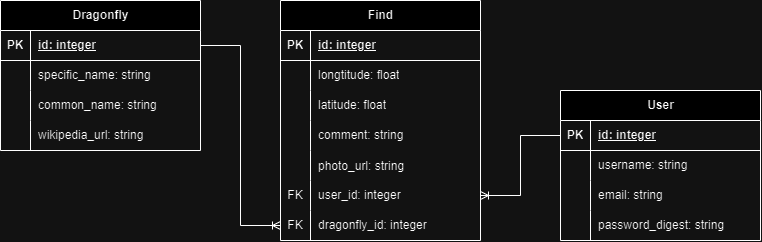
sueta1995/CourseWork_TRPS keeps this draw.io diagram as media/db_scheme.png. Above is the earlier version. Source tidied: cells renumbered, new cells last; positions are measured from the earlier drawing's top-left corner, leaving out a move shared by most shapes. Source of this version:
```xml
<mxGraphModel>
  <root>
    <mxCell id="0" />
    <mxCell id="1" parent="0" />
    <mxCell id="2" value="Find" style="shape=table;startSize=30;rowLines=0;fontStyle=1;align=center;html=1;" parent="1" vertex="1">
      <mxGeometry x="280" width="200" height="240" as="geometry" />
    </mxCell>
    <mxCell id="3" style="shape=tableRow;horizontal=0;startSize=0;swimlaneHead=0;swimlaneBody=0;fillColor=none;top=0;left=0;right=0;bottom=1;" parent="2" vertex="1">
      <mxGeometry y="30" width="200" height="30" as="geometry" />
    </mxCell>
    <mxCell id="4" value="PK" style="shape=partialRectangle;fillColor=none;top=0;left=0;bottom=0;right=0;fontStyle=1;overflow=hidden;whiteSpace=wrap;html=1;" parent="3" vertex="1">
      <mxGeometry width="30" height="30" as="geometry" />
    </mxCell>
    <mxCell id="5" value="id: integer" style="shape=partialRectangle;fillColor=none;top=0;left=0;bottom=0;right=0;align=left;spacingLeft=6;fontStyle=5;overflow=hidden;whiteSpace=wrap;html=1;" parent="3" vertex="1">
      <mxGeometry x="30" width="170" height="30" as="geometry" />
    </mxCell>
    <mxCell id="6" style="shape=tableRow;horizontal=0;startSize=0;swimlaneHead=0;swimlaneBody=0;fillColor=none;top=0;left=0;right=0;bottom=0;" parent="2" vertex="1">
      <mxGeometry y="60" width="200" height="30" as="geometry" />
    </mxCell>
    <mxCell id="7" style="shape=partialRectangle;fillColor=none;top=0;left=0;bottom=0;right=0;overflow=hidden;whiteSpace=wrap;html=1;" parent="6" vertex="1">
      <mxGeometry width="30" height="30" as="geometry" />
    </mxCell>
    <mxCell id="8" value="longtitude: float" style="shape=partialRectangle;fillColor=none;top=0;left=0;bottom=0;right=0;align=left;spacingLeft=6;overflow=hidden;whiteSpace=wrap;html=1;" parent="6" vertex="1">
      <mxGeometry x="30" width="170" height="30" as="geometry" />
    </mxCell>
    <mxCell id="9" style="shape=tableRow;horizontal=0;startSize=0;swimlaneHead=0;swimlaneBody=0;fillColor=none;top=0;left=0;right=0;bottom=0;" parent="2" vertex="1">
      <mxGeometry y="90" width="200" height="30" as="geometry" />
    </mxCell>
    <mxCell id="10" style="shape=partialRectangle;fillColor=none;top=0;left=0;bottom=0;right=0;overflow=hidden;whiteSpace=wrap;html=1;" parent="9" vertex="1">
      <mxGeometry width="30" height="30" as="geometry" />
    </mxCell>
    <mxCell id="11" value="latitude: float" style="shape=partialRectangle;fillColor=none;top=0;left=0;bottom=0;right=0;align=left;spacingLeft=6;overflow=hidden;whiteSpace=wrap;html=1;" parent="9" vertex="1">
      <mxGeometry x="30" width="170" height="30" as="geometry" />
    </mxCell>
    <mxCell id="12" style="shape=tableRow;horizontal=0;startSize=0;swimlaneHead=0;swimlaneBody=0;fillColor=none;top=0;left=0;right=0;bottom=0;" parent="2" vertex="1">
      <mxGeometry y="120" width="200" height="30" as="geometry" />
    </mxCell>
    <mxCell id="13" style="shape=partialRectangle;fillColor=none;top=0;left=0;bottom=0;right=0;overflow=hidden;whiteSpace=wrap;html=1;" parent="12" vertex="1">
      <mxGeometry width="30" height="30" as="geometry" />
    </mxCell>
    <mxCell id="14" value="comment: string" style="shape=partialRectangle;fillColor=none;top=0;left=0;bottom=0;right=0;align=left;spacingLeft=6;overflow=hidden;whiteSpace=wrap;html=1;" parent="12" vertex="1">
      <mxGeometry x="30" width="170" height="30" as="geometry" />
    </mxCell>
    <mxCell id="15" style="shape=tableRow;horizontal=0;startSize=0;swimlaneHead=0;swimlaneBody=0;fillColor=none;top=0;left=0;right=0;bottom=0;" parent="2" vertex="1">
      <mxGeometry y="150" width="200" height="30" as="geometry" />
    </mxCell>
    <mxCell id="16" style="shape=partialRectangle;fillColor=none;top=0;left=0;bottom=0;right=0;overflow=hidden;" parent="15" vertex="1">
      <mxGeometry width="30" height="30" as="geometry" />
    </mxCell>
    <mxCell id="17" value="photo_url: string" style="shape=partialRectangle;fillColor=none;top=0;left=0;bottom=0;right=0;align=left;spacingLeft=6;overflow=hidden;" parent="15" vertex="1">
      <mxGeometry x="30" width="170" height="30" as="geometry" />
    </mxCell>
    <mxCell id="18" style="shape=tableRow;horizontal=0;startSize=0;swimlaneHead=0;swimlaneBody=0;fillColor=none;points=[[0,0.5],[1,0.5]];portConstraint=eastwest;top=0;left=0;right=0;bottom=0;" parent="2" vertex="1">
      <mxGeometry y="180" width="200" height="30" as="geometry" />
    </mxCell>
    <mxCell id="19" value="FK" style="shape=partialRectangle;fillColor=none;top=0;left=0;bottom=0;right=0;fontStyle=0;overflow=hidden;whiteSpace=wrap;html=1;" parent="18" vertex="1">
      <mxGeometry width="30" height="30" as="geometry" />
    </mxCell>
    <mxCell id="20" value="user_id: integer" style="shape=partialRectangle;fillColor=none;top=0;left=0;bottom=0;right=0;align=left;spacingLeft=6;fontStyle=0;overflow=hidden;whiteSpace=wrap;html=1;" parent="18" vertex="1">
      <mxGeometry x="30" width="170" height="30" as="geometry" />
    </mxCell>
    <mxCell id="21" style="shape=tableRow;horizontal=0;startSize=0;swimlaneHead=0;swimlaneBody=0;fillColor=none;points=[[0,0.5],[1,0.5]];portConstraint=eastwest;top=0;left=0;right=0;bottom=0;" parent="2" vertex="1">
      <mxGeometry y="210" width="200" height="30" as="geometry" />
    </mxCell>
    <mxCell id="22" value="FK" style="shape=partialRectangle;fillColor=none;top=0;left=0;bottom=0;right=0;fontStyle=0;overflow=hidden;whiteSpace=wrap;html=1;" parent="21" vertex="1">
      <mxGeometry width="30" height="30" as="geometry" />
    </mxCell>
    <mxCell id="23" value="dragonfly_id: integer" style="shape=partialRectangle;fillColor=none;top=0;left=0;bottom=0;right=0;align=left;spacingLeft=6;fontStyle=0;overflow=hidden;whiteSpace=wrap;html=1;" parent="21" vertex="1">
      <mxGeometry x="30" width="170" height="30" as="geometry" />
    </mxCell>
    <mxCell id="24" value="User" style="shape=table;startSize=30;rowLines=0;fontStyle=1;align=center;html=1;" parent="1" vertex="1">
      <mxGeometry x="560" y="90" width="200" height="150" as="geometry" />
    </mxCell>
    <mxCell id="25" style="shape=tableRow;horizontal=0;startSize=0;swimlaneHead=0;swimlaneBody=0;fillColor=none;points=[[0,0.5],[1,0.5]];portConstraint=eastwest;top=0;left=0;right=0;bottom=1;" parent="24" vertex="1">
      <mxGeometry y="30" width="200" height="30" as="geometry" />
    </mxCell>
    <mxCell id="26" value="PK" style="shape=partialRectangle;fillColor=none;top=0;left=0;bottom=0;right=0;fontStyle=1;overflow=hidden;whiteSpace=wrap;html=1;" parent="25" vertex="1">
      <mxGeometry width="30" height="30" as="geometry" />
    </mxCell>
    <mxCell id="27" value="id: integer" style="shape=partialRectangle;fillColor=none;top=0;left=0;bottom=0;right=0;align=left;spacingLeft=6;fontStyle=5;overflow=hidden;whiteSpace=wrap;html=1;" parent="25" vertex="1">
      <mxGeometry x="30" width="170" height="30" as="geometry" />
    </mxCell>
    <mxCell id="28" style="shape=tableRow;horizontal=0;startSize=0;swimlaneHead=0;swimlaneBody=0;fillColor=none;top=0;left=0;right=0;bottom=0;" parent="24" vertex="1">
      <mxGeometry y="60" width="200" height="30" as="geometry" />
    </mxCell>
    <mxCell id="29" style="shape=partialRectangle;fillColor=none;top=0;left=0;bottom=0;right=0;overflow=hidden;whiteSpace=wrap;html=1;" parent="28" vertex="1">
      <mxGeometry width="30" height="30" as="geometry" />
    </mxCell>
    <mxCell id="30" value="username: string" style="shape=partialRectangle;fillColor=none;top=0;left=0;bottom=0;right=0;align=left;spacingLeft=6;overflow=hidden;whiteSpace=wrap;html=1;" parent="28" vertex="1">
      <mxGeometry x="30" width="170" height="30" as="geometry" />
    </mxCell>
    <mxCell id="31" style="shape=tableRow;horizontal=0;startSize=0;swimlaneHead=0;swimlaneBody=0;fillColor=none;top=0;left=0;right=0;bottom=0;" parent="24" vertex="1">
      <mxGeometry y="90" width="200" height="30" as="geometry" />
    </mxCell>
    <mxCell id="32" style="shape=partialRectangle;fillColor=none;top=0;left=0;bottom=0;right=0;overflow=hidden;whiteSpace=wrap;html=1;" parent="31" vertex="1">
      <mxGeometry width="30" height="30" as="geometry" />
    </mxCell>
    <mxCell id="33" value="email: string" style="shape=partialRectangle;fillColor=none;top=0;left=0;bottom=0;right=0;align=left;spacingLeft=6;overflow=hidden;whiteSpace=wrap;html=1;" parent="31" vertex="1">
      <mxGeometry x="30" width="170" height="30" as="geometry" />
    </mxCell>
    <mxCell id="34" style="shape=tableRow;horizontal=0;startSize=0;swimlaneHead=0;swimlaneBody=0;fillColor=none;top=0;left=0;right=0;bottom=0;" parent="24" vertex="1">
      <mxGeometry y="120" width="200" height="30" as="geometry" />
    </mxCell>
    <mxCell id="35" style="shape=partialRectangle;fillColor=none;top=0;left=0;bottom=0;right=0;overflow=hidden;whiteSpace=wrap;html=1;" parent="34" vertex="1">
      <mxGeometry width="30" height="30" as="geometry" />
    </mxCell>
    <mxCell id="36" value="password_digest: string" style="shape=partialRectangle;fillColor=none;top=0;left=0;bottom=0;right=0;align=left;spacingLeft=6;overflow=hidden;whiteSpace=wrap;html=1;" parent="34" vertex="1">
      <mxGeometry x="30" width="170" height="30" as="geometry" />
    </mxCell>
    <mxCell id="37" value="Dragonfly" style="shape=table;startSize=30;rowLines=0;fontStyle=1;align=center;html=1;" parent="1" vertex="1">
      <mxGeometry width="200" height="150" as="geometry" />
    </mxCell>
    <mxCell id="38" style="shape=tableRow;horizontal=0;startSize=0;swimlaneHead=0;swimlaneBody=0;fillColor=none;points=[[0,0.5],[1,0.5]];portConstraint=eastwest;top=0;left=0;right=0;bottom=1;" parent="37" vertex="1">
      <mxGeometry y="30" width="200" height="30" as="geometry" />
    </mxCell>
    <mxCell id="39" value="PK" style="shape=partialRectangle;fillColor=none;top=0;left=0;bottom=0;right=0;fontStyle=1;overflow=hidden;whiteSpace=wrap;html=1;" parent="38" vertex="1">
      <mxGeometry width="30" height="30" as="geometry" />
    </mxCell>
    <mxCell id="40" value="id: integer" style="shape=partialRectangle;fillColor=none;top=0;left=0;bottom=0;right=0;align=left;spacingLeft=6;fontStyle=5;overflow=hidden;whiteSpace=wrap;html=1;" parent="38" vertex="1">
      <mxGeometry x="30" width="170" height="30" as="geometry" />
    </mxCell>
    <mxCell id="41" style="shape=tableRow;horizontal=0;startSize=0;swimlaneHead=0;swimlaneBody=0;fillColor=none;top=0;left=0;right=0;bottom=0;" parent="37" vertex="1">
      <mxGeometry y="60" width="200" height="30" as="geometry" />
    </mxCell>
    <mxCell id="42" style="shape=partialRectangle;fillColor=none;top=0;left=0;bottom=0;right=0;overflow=hidden;whiteSpace=wrap;html=1;" parent="41" vertex="1">
      <mxGeometry width="30" height="30" as="geometry" />
    </mxCell>
    <mxCell id="43" value="specific_name: string" style="shape=partialRectangle;fillColor=none;top=0;left=0;bottom=0;right=0;align=left;spacingLeft=6;overflow=hidden;whiteSpace=wrap;html=1;" parent="41" vertex="1">
      <mxGeometry x="30" width="170" height="30" as="geometry" />
    </mxCell>
    <mxCell id="44" style="shape=tableRow;horizontal=0;startSize=0;swimlaneHead=0;swimlaneBody=0;fillColor=none;top=0;left=0;right=0;bottom=0;" parent="37" vertex="1">
      <mxGeometry y="90" width="200" height="30" as="geometry" />
    </mxCell>
    <mxCell id="45" style="shape=partialRectangle;fillColor=none;top=0;left=0;bottom=0;right=0;overflow=hidden;whiteSpace=wrap;html=1;" parent="44" vertex="1">
      <mxGeometry width="30" height="30" as="geometry" />
    </mxCell>
    <mxCell id="46" value="common_name: string" style="shape=partialRectangle;fillColor=none;top=0;left=0;bottom=0;right=0;align=left;spacingLeft=6;overflow=hidden;whiteSpace=wrap;html=1;" parent="44" vertex="1">
      <mxGeometry x="30" width="170" height="30" as="geometry" />
    </mxCell>
    <mxCell id="47" style="shape=tableRow;horizontal=0;startSize=0;swimlaneHead=0;swimlaneBody=0;fillColor=none;top=0;left=0;right=0;bottom=0;" parent="37" vertex="1">
      <mxGeometry y="120" width="200" height="30" as="geometry" />
    </mxCell>
    <mxCell id="48" style="shape=partialRectangle;fillColor=none;top=0;left=0;bottom=0;right=0;overflow=hidden;whiteSpace=wrap;html=1;" parent="47" vertex="1">
      <mxGeometry width="30" height="30" as="geometry" />
    </mxCell>
    <mxCell id="49" value="wikipedia_url: string" style="shape=partialRectangle;fillColor=none;top=0;left=0;bottom=0;right=0;align=left;spacingLeft=6;overflow=hidden;whiteSpace=wrap;html=1;" parent="47" vertex="1">
      <mxGeometry x="30" width="170" height="30" as="geometry" />
    </mxCell>
    <mxCell id="50" style="edgeStyle=orthogonalEdgeStyle;rounded=0;jettySize=auto;html=1;exitX=1;exitY=0.5;exitDx=0;exitDy=0;entryX=0;entryY=0.5;entryDx=0;entryDy=0;endArrow=ERoneToMany;endFill=0;" parent="1" edge="1" source="38" target="21">
      <mxGeometry relative="1" as="geometry" />
    </mxCell>
    <mxCell id="51" style="edgeStyle=orthogonalEdgeStyle;rounded=0;jettySize=auto;html=1;exitX=0;exitY=0.5;exitDx=0;exitDy=0;entryX=1;entryY=0.5;entryDx=0;entryDy=0;endArrow=ERoneToMany;endFill=0;" parent="1" edge="1" source="25" target="18">
      <mxGeometry relative="1" as="geometry" />
    </mxCell>
  </root>
</mxGraphModel>
```
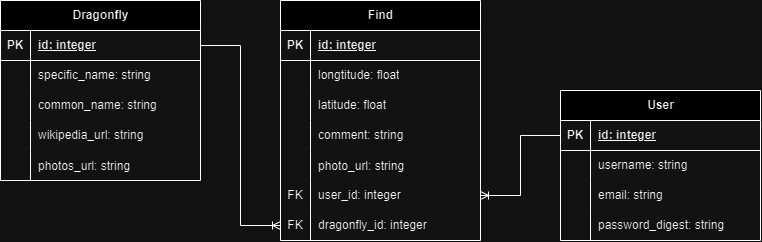
The same file after the commit.

Commit message:
Обновлена схема БД

Diff of the diagram source:
```diff
@@ -108,7 +108,7 @@
       <mxGeometry x="30" width="170" height="30" as="geometry" />
     </mxCell>
     <mxCell id="37" value="Dragonfly" style="shape=table;startSize=30;rowLines=0;fontStyle=1;align=center;html=1;" parent="1" vertex="1">
-      <mxGeometry width="200" height="150" as="geometry" />
+      <mxGeometry width="200" height="180" as="geometry" />
     </mxCell>
     <mxCell id="38" style="shape=tableRow;horizontal=0;startSize=0;swimlaneHead=0;swimlaneBody=0;fillColor=none;points=[[0,0.5],[1,0.5]];portConstraint=eastwest;top=0;left=0;right=0;bottom=1;" parent="37" vertex="1">
       <mxGeometry y="30" width="200" height="30" as="geometry" />
@@ -146,6 +146,15 @@
     <mxCell id="49" value="wikipedia_url: string" style="shape=partialRectangle;fillColor=none;top=0;left=0;bottom=0;right=0;align=left;spacingLeft=6;overflow=hidden;whiteSpace=wrap;html=1;" parent="47" vertex="1">
       <mxGeometry x="30" width="170" height="30" as="geometry" />
     </mxCell>
+    <mxCell id="52" style="shape=tableRow;horizontal=0;startSize=0;swimlaneHead=0;swimlaneBody=0;fillColor=none;top=0;left=0;right=0;bottom=0;" parent="37" vertex="1">
+      <mxGeometry y="150" width="200" height="30" as="geometry" />
+    </mxCell>
+    <mxCell id="53" style="shape=partialRectangle;fillColor=none;top=0;left=0;bottom=0;right=0;overflow=hidden;" parent="52" vertex="1">
+      <mxGeometry width="30" height="30" as="geometry" />
+    </mxCell>
+    <mxCell id="54" value="photos_url: string" style="shape=partialRectangle;fillColor=none;top=0;left=0;bottom=0;right=0;align=left;spacingLeft=6;overflow=hidden;" parent="52" vertex="1">
+      <mxGeometry x="30" width="170" height="30" as="geometry" />
+    </mxCell>
     <mxCell id="50" style="edgeStyle=orthogonalEdgeStyle;rounded=0;jettySize=auto;html=1;exitX=1;exitY=0.5;exitDx=0;exitDy=0;entryX=0;entryY=0.5;entryDx=0;entryDy=0;endArrow=ERoneToMany;endFill=0;" parent="1" edge="1" source="38" target="21">
       <mxGeometry relative="1" as="geometry" />
     </mxCell>
```
